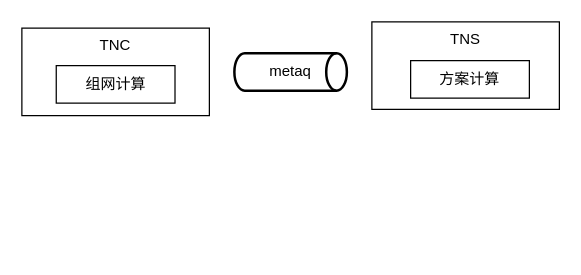
Earlier version of the draw.io diagram Untitled Diagram.drawio (shaonianwu/cainiao). Source tidied: cells renumbered, new cells numbered last; positions are measured from the earlier drawing's top-left corner, leaving out a move shared by most shapes. Both pictures are drawn from the tidied source at 125%, with x=0, y=0 at pixel (21, 21).
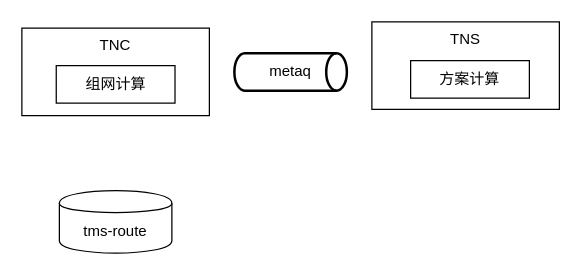
The same page after the edit.

Diff of the diagram source:
```diff
@@
 <mxGraphModel>
   <root>
     <mxCell id="0" />
     <mxCell id="1" parent="0" />
     <mxCell id="2" value="TNC" style="rounded=0;whiteSpace=wrap;html=1;verticalAlign=top;" parent="1" vertex="1">
       <mxGeometry y="5" width="150" height="70" as="geometry" />
     </mxCell>
     <mxCell id="3" value="组网计算" style="rounded=0;whiteSpace=wrap;html=1;" parent="1" vertex="1">
       <mxGeometry x="27.5" y="35" width="95" height="30" as="geometry" />
     </mxCell>
     <mxCell id="4" value="TNS" style="rounded=0;whiteSpace=wrap;html=1;verticalAlign=top;" parent="1" vertex="1">
       <mxGeometry x="280" width="150" height="70" as="geometry" />
     </mxCell>
     <mxCell id="5" value="metaq" style="strokeWidth=2;html=1;shape=mxgraph.flowchart.direct_data;whiteSpace=wrap;" parent="1" vertex="1">
       <mxGeometry x="170" y="25" width="90" height="30" as="geometry" />
     </mxCell>
     <mxCell id="6" value="方案计算" style="rounded=0;whiteSpace=wrap;html=1;" parent="1" vertex="1">
       <mxGeometry x="311" y="31" width="95" height="30" as="geometry" />
     </mxCell>
+    <mxCell id="7" value="tms-route" style="shape=cylinder;whiteSpace=wrap;html=1;boundedLbl=1;backgroundOutline=1;" parent="1" vertex="1">
+      <mxGeometry x="30" y="135" width="90" height="50" as="geometry" />
+    </mxCell>
   </root>
 </mxGraphModel>
```
